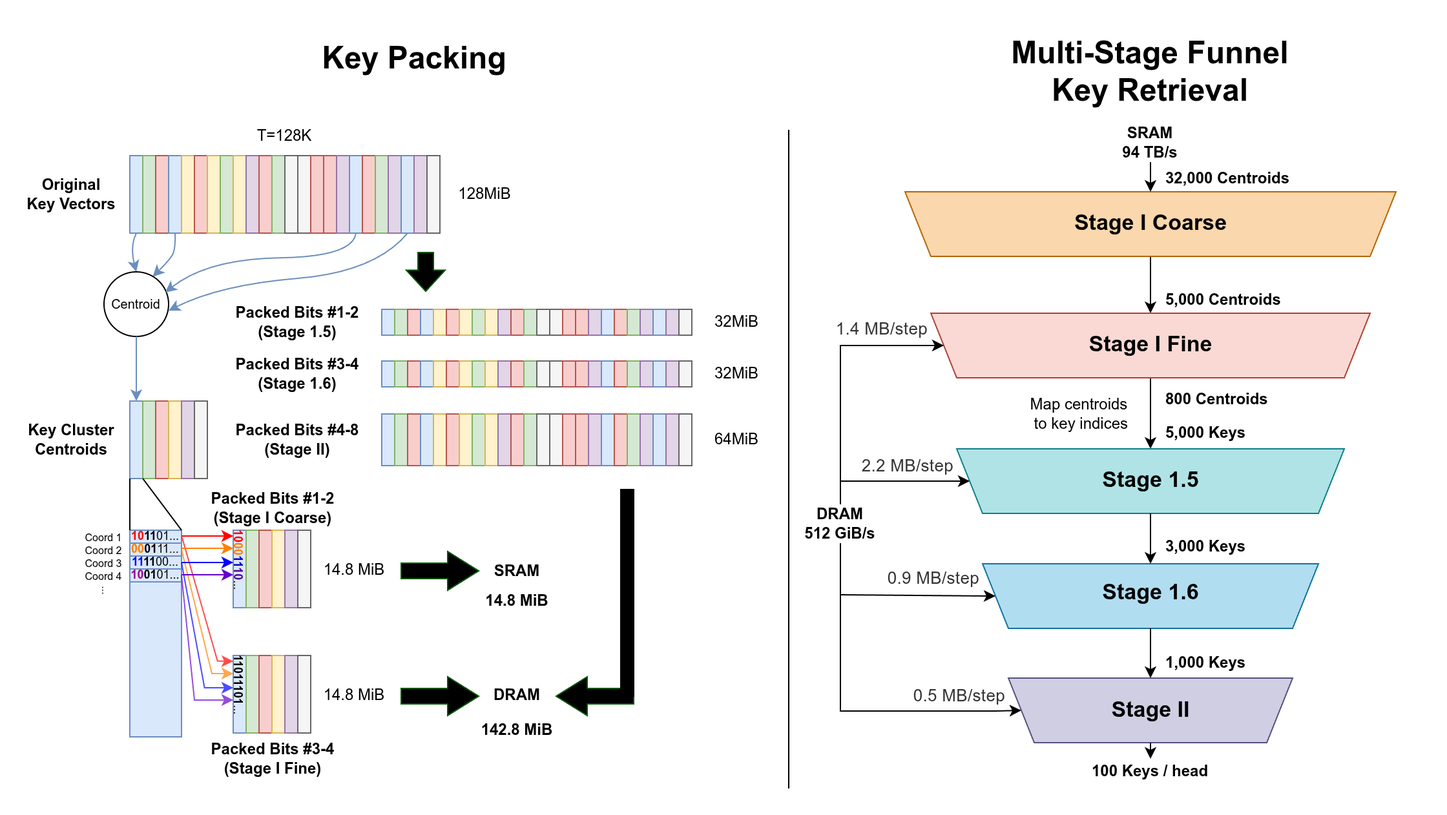
Above: img/seoulkv4_concept.png in daniel-geon-park/SeoulKV (draw.io), before the change. Source tidied: cells renumbered, new cells last; positions are measured from the earlier drawing's top-left corner, leaving out a move shared by most shapes.
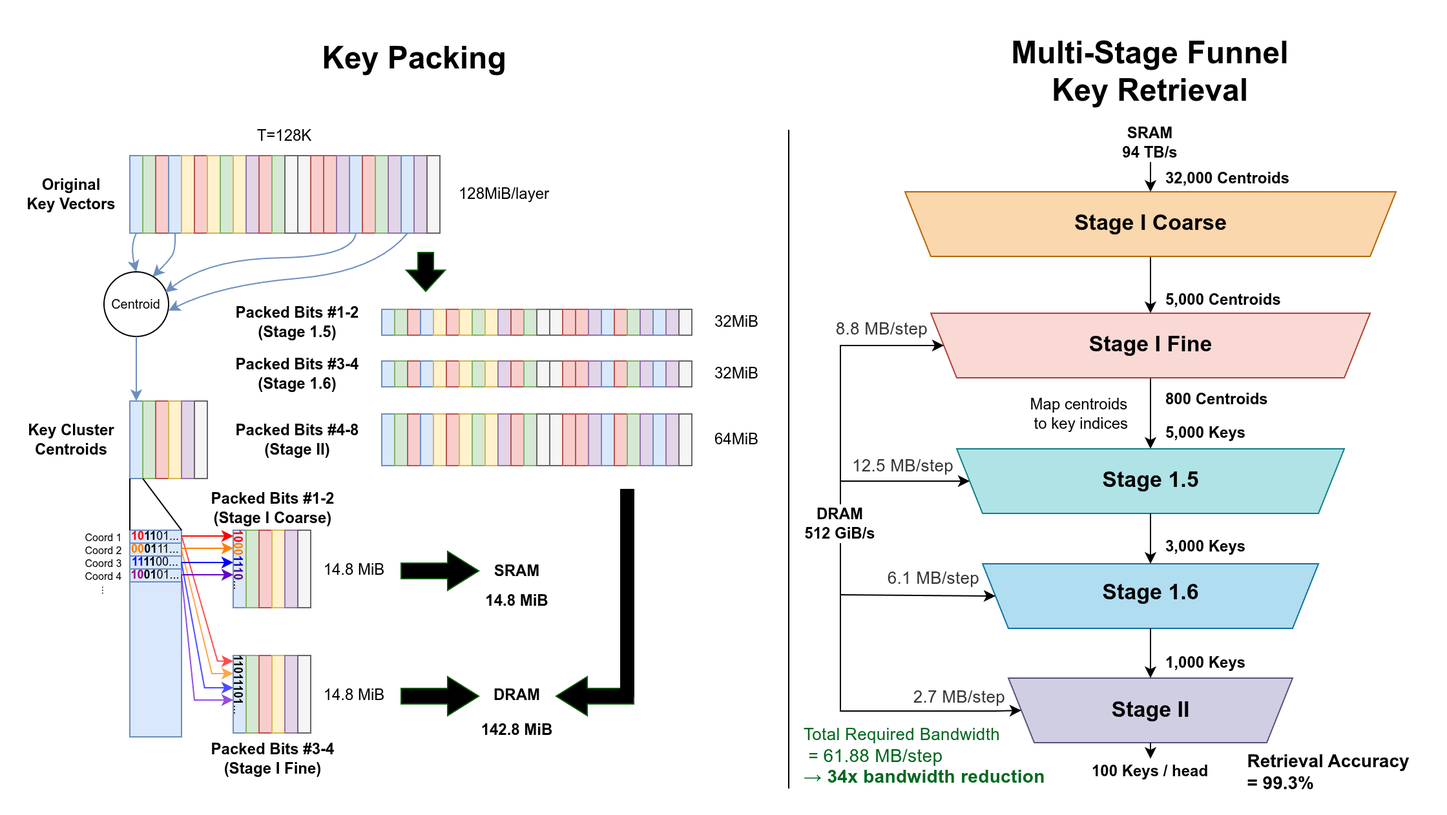
The same file after the commit.

What changed in the source:
```diff
@@ -291,8 +291,8 @@
         <mxPoint x="180" y="444.5" as="targetPoint" />
       </mxGeometry>
     </mxCell>
-    <mxCell id="82" value="&lt;span&gt;128MiB&lt;/span&gt;" style="text;html=1;whiteSpace=wrap;strokeColor=none;fillColor=none;align=center;verticalAlign=middle;rounded=0;fontStyle=0;" parent="3" vertex="1">
-      <mxGeometry x="330" y="135" width="90" height="30" as="geometry" />
+    <mxCell id="82" value="&lt;span&gt;128MiB/layer&lt;/span&gt;" style="text;html=1;whiteSpace=wrap;strokeColor=none;fillColor=none;align=center;verticalAlign=middle;rounded=0;fontStyle=0;" parent="3" vertex="1">
+      <mxGeometry x="345" y="135" width="90" height="30" as="geometry" />
     </mxCell>
     <mxCell id="83" value="&lt;span&gt;14.8 MiB&lt;/span&gt;" style="text;html=1;whiteSpace=wrap;strokeColor=none;fillColor=none;align=center;verticalAlign=middle;rounded=0;fontStyle=0;" parent="3" vertex="1">
       <mxGeometry x="234" y="426" width="80" height="30" as="geometry" />
@@ -671,17 +671,23 @@
     <mxCell id="201" value="Map centroids&lt;br&gt;&amp;nbsp;to key indices" style="text;html=1;whiteSpace=wrap;strokeColor=none;fillColor=none;align=center;verticalAlign=middle;rounded=0;" parent="3" vertex="1">
       <mxGeometry x="770" y="300" width="130" height="40" as="geometry" />
     </mxCell>
-    <mxCell id="202" value="&lt;span style=&quot;color: color(srgb 0.212157 0.212157 0.212157); font-family: Geist, -apple-system, BlinkMacSystemFont, &amp;quot;Segoe UI&amp;quot;, sans-serif; font-size: 13px; letter-spacing: 0.16px; background-color: color(srgb 1 1 1);&quot;&gt;1.4 MB/step&lt;/span&gt;&lt;b&gt;&lt;/b&gt;" style="text;html=1;whiteSpace=wrap;strokeColor=none;fillColor=none;align=right;verticalAlign=middle;rounded=0;" parent="3" vertex="1">
+    <mxCell id="202" value="&lt;span style=&quot;color: color(srgb 0.212157 0.212157 0.212157); font-family: Geist, -apple-system, BlinkMacSystemFont, &amp;quot;Segoe UI&amp;quot;, sans-serif; font-size: 13px; letter-spacing: 0.16px; background-color: color(srgb 1 1 1);&quot;&gt;8.8 MB&lt;/span&gt;&lt;span style=&quot;background-color: color(srgb 1 1 1); letter-spacing: 0.16px; font-size: 13px; font-family: Geist, -apple-system, BlinkMacSystemFont, &amp;quot;Segoe UI&amp;quot;, sans-serif; color: color(srgb 0.212157 0.212157 0.212157);&quot;&gt;/step&lt;/span&gt;&lt;b&gt;&lt;/b&gt;" style="text;html=1;whiteSpace=wrap;strokeColor=none;fillColor=none;align=right;verticalAlign=middle;rounded=0;" parent="3" vertex="1">
       <mxGeometry x="630" y="244" width="90" height="20" as="geometry" />
     </mxCell>
-    <mxCell id="203" value="&lt;span style=&quot;color: color(srgb 0.212157 0.212157 0.212157); font-family: Geist, -apple-system, BlinkMacSystemFont, &amp;quot;Segoe UI&amp;quot;, sans-serif; font-size: 13px; letter-spacing: 0.16px; background-color: color(srgb 1 1 1);&quot;&gt;2.2 MB/step&lt;/span&gt;&lt;b&gt;&lt;/b&gt;" style="text;html=1;whiteSpace=wrap;strokeColor=none;fillColor=none;align=right;verticalAlign=middle;rounded=0;" parent="3" vertex="1">
-      <mxGeometry x="660" y="350" width="80" height="20" as="geometry" />
+    <mxCell id="203" value="&lt;span style=&quot;color: color(srgb 0.212157 0.212157 0.212157); font-family: Geist, -apple-system, BlinkMacSystemFont, &amp;quot;Segoe UI&amp;quot;, sans-serif; font-size: 13px; letter-spacing: 0.16px; background-color: color(srgb 1 1 1);&quot;&gt;12.5 MB&lt;/span&gt;&lt;span style=&quot;color: color(srgb 0.212157 0.212157 0.212157); font-family: Geist, -apple-system, BlinkMacSystemFont, &amp;quot;Segoe UI&amp;quot;, sans-serif; font-size: 13px; letter-spacing: 0.16px; background-color: color(srgb 1 1 1);&quot;&gt;/step&lt;/span&gt;&lt;b&gt;&lt;/b&gt;" style="text;html=1;whiteSpace=wrap;strokeColor=none;fillColor=none;align=right;verticalAlign=middle;rounded=0;" parent="3" vertex="1">
+      <mxGeometry x="640" y="350" width="100" height="20" as="geometry" />
     </mxCell>
-    <mxCell id="204" value="&lt;span style=&quot;color: color(srgb 0.212157 0.212157 0.212157); font-family: Geist, -apple-system, BlinkMacSystemFont, &amp;quot;Segoe UI&amp;quot;, sans-serif; font-size: 13px; letter-spacing: 0.16px; background-color: color(srgb 1 1 1);&quot;&gt;0.9 MB/step&lt;/span&gt;&lt;b&gt;&lt;/b&gt;" style="text;html=1;whiteSpace=wrap;strokeColor=none;fillColor=none;align=right;verticalAlign=middle;rounded=0;" parent="3" vertex="1">
+    <mxCell id="204" value="&lt;span style=&quot;color: color(srgb 0.212157 0.212157 0.212157); font-family: Geist, -apple-system, BlinkMacSystemFont, &amp;quot;Segoe UI&amp;quot;, sans-serif; font-size: 13px; letter-spacing: 0.16px; background-color: color(srgb 1 1 1);&quot;&gt;6.1 MB&lt;/span&gt;&lt;span style=&quot;color: color(srgb 0.212157 0.212157 0.212157); font-family: Geist, -apple-system, BlinkMacSystemFont, &amp;quot;Segoe UI&amp;quot;, sans-serif; font-size: 13px; letter-spacing: 0.16px; background-color: color(srgb 1 1 1);&quot;&gt;/step&lt;/span&gt;&lt;b&gt;&lt;/b&gt;" style="text;html=1;whiteSpace=wrap;strokeColor=none;fillColor=none;align=right;verticalAlign=middle;rounded=0;" parent="3" vertex="1">
       <mxGeometry x="670" y="437" width="90" height="20" as="geometry" />
     </mxCell>
-    <mxCell id="205" value="&lt;span style=&quot;color: color(srgb 0.212157 0.212157 0.212157); font-family: Geist, -apple-system, BlinkMacSystemFont, &amp;quot;Segoe UI&amp;quot;, sans-serif; font-size: 13px; letter-spacing: 0.16px; background-color: color(srgb 1 1 1);&quot;&gt;0.5 MB/step&lt;/span&gt;&lt;b&gt;&lt;/b&gt;" style="text;html=1;whiteSpace=wrap;strokeColor=none;fillColor=none;align=right;verticalAlign=middle;rounded=0;" parent="3" vertex="1">
+    <mxCell id="205" value="&lt;span style=&quot;color: color(srgb 0.212157 0.212157 0.212157); font-family: Geist, -apple-system, BlinkMacSystemFont, &amp;quot;Segoe UI&amp;quot;, sans-serif; font-size: 13px; letter-spacing: 0.16px; background-color: color(srgb 1 1 1);&quot;&gt;2.7 MB&lt;/span&gt;&lt;span style=&quot;color: color(srgb 0.212157 0.212157 0.212157); font-family: Geist, -apple-system, BlinkMacSystemFont, &amp;quot;Segoe UI&amp;quot;, sans-serif; font-size: 13px; letter-spacing: 0.16px; background-color: color(srgb 1 1 1);&quot;&gt;/step&lt;/span&gt;&lt;b&gt;&lt;/b&gt;" style="text;html=1;whiteSpace=wrap;strokeColor=none;fillColor=none;align=right;verticalAlign=middle;rounded=0;" parent="3" vertex="1">
       <mxGeometry x="680" y="528.5" width="100" height="20" as="geometry" />
     </mxCell>
+    <mxCell id="206" value="&lt;font face=&quot;Geist, -apple-system, BlinkMacSystemFont, Segoe UI, sans-serif&quot; style=&quot;&quot;&gt;&lt;span style=&quot;font-size: 13px; letter-spacing: 0.16px; background-color: color(srgb 1 1 1);&quot;&gt;Total Required Bandwidth&lt;br&gt;&lt;div style=&quot;&quot;&gt;&lt;span style=&quot;background-color: transparent; color: light-dark(rgb(0, 104, 31), rgb(106, 195, 133)); font-family: Helvetica; font-size: 12px;&quot;&gt;&lt;font face=&quot;Geist, -apple-system, BlinkMacSystemFont, Segoe UI, sans-serif&quot; style=&quot;&quot;&gt;&lt;span style=&quot;font-size: 13px; letter-spacing: 0.16px;&quot;&gt;&amp;nbsp;=&amp;nbsp;&lt;/span&gt;&lt;/font&gt;&lt;span style=&quot;box-sizing: border-box; border: 0px solid rgb(229, 229, 229); margin: 0px; padding: 0px; outline-color: oklab(0.615025 0.000027895 0.0000123084 / 0.5); font-family: Geist, -apple-system, BlinkMacSystemFont, &amp;quot;Segoe UI&amp;quot;, sans-serif; font-size: 14px; letter-spacing: 0.16px;&quot;&gt;&lt;span style=&quot;box-sizing: border-box; border: 0px solid rgb(229, 229, 229); margin: 0px; padding: 0px; outline-color: oklab(0.615025 0.000027895 0.0000123084 / 0.5);&quot;&gt;61.88 MB/step&lt;/span&gt;&lt;/span&gt;&lt;/span&gt;&lt;/div&gt;&lt;div style=&quot;font-weight: bold;&quot;&gt;&lt;b style=&quot;background-color: transparent; color: light-dark(rgb(0, 104, 31), rgb(106, 195, 133)); font-family: Helvetica; font-size: 12px;&quot;&gt;&lt;span style=&quot;box-sizing: border-box; border: 0px solid rgb(229, 229, 229); margin: 0px; padding: 0px; outline-color: oklab(0.615025 0.000027895 0.0000123084 / 0.5); font-family: Geist, -apple-system, BlinkMacSystemFont, &amp;quot;Segoe UI&amp;quot;, sans-serif; font-size: 14px; letter-spacing: 0.16px;&quot;&gt;&lt;span style=&quot;box-sizing: border-box; border: 0px solid rgb(229, 229, 229); margin: 0px; padding: 0px; outline-color: oklab(0.615025 0.000027895 0.0000123084 / 0.5);&quot;&gt;→ 34x bandwidth reduction&lt;/span&gt;&lt;/span&gt;&lt;/b&gt;&lt;/div&gt;&lt;/span&gt;&lt;/font&gt;" style="text;html=1;whiteSpace=wrap;strokeColor=none;fillColor=none;align=left;verticalAlign=middle;rounded=0;fontColor=#00681F;" parent="3" vertex="1">
+      <mxGeometry x="620" y="560" width="220" height="50" as="geometry" />
+    </mxCell>
+    <mxCell id="207" value="&lt;b&gt;Retrieval Accuracy&lt;/b&gt;&lt;div style=&quot;text-align: left;&quot;&gt;&lt;b&gt;= 99.3%&lt;/b&gt;&lt;/div&gt;" style="text;html=1;whiteSpace=wrap;strokeColor=none;fillColor=none;align=center;verticalAlign=middle;rounded=0;fontSize=14;" parent="3" vertex="1">
+      <mxGeometry x="962.5" y="582" width="130" height="30" as="geometry" />
+    </mxCell>
   </root>
 </mxGraphModel>
```
